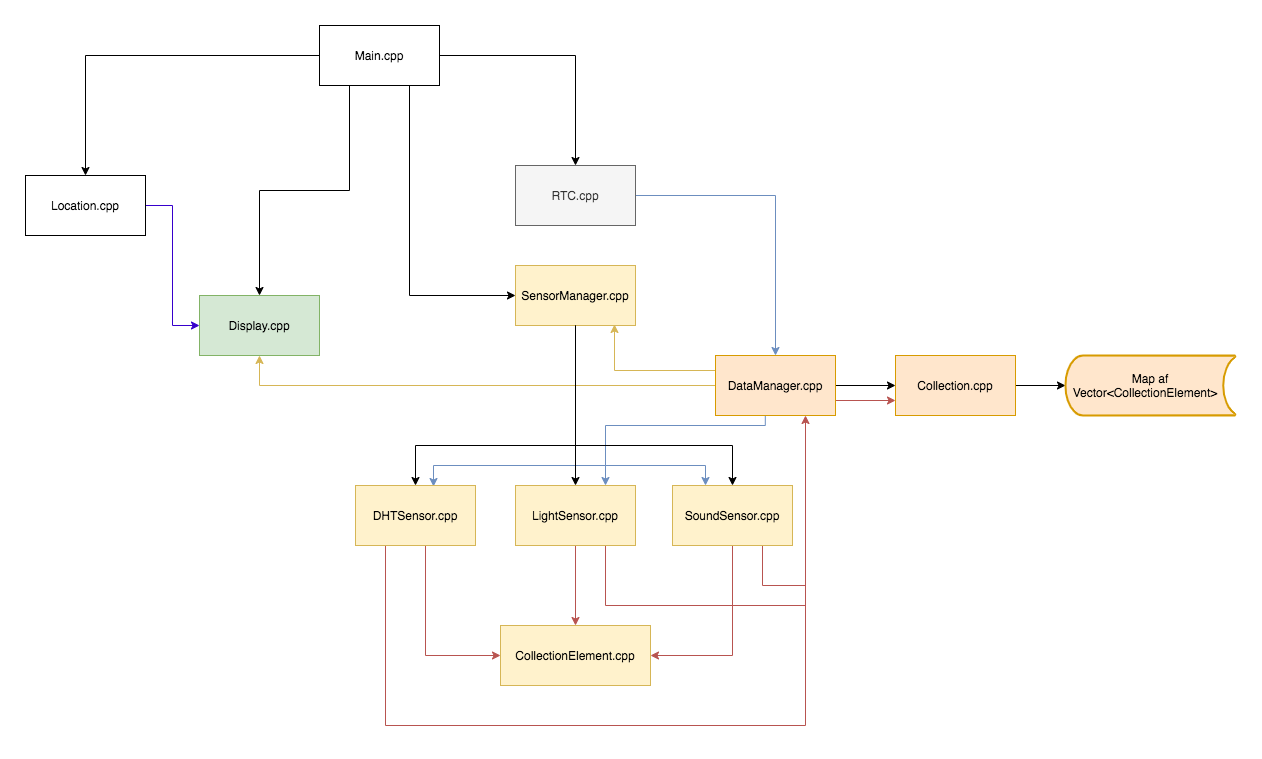
Earlier version of the draw.io export docs/img/class_thread_diagram.png (rasmus0201/ec3-office-monitor). Source tidied: cells renumbered, new cells last; positions are measured from the earlier drawing's top-left corner, leaving out a move shared by most shapes.
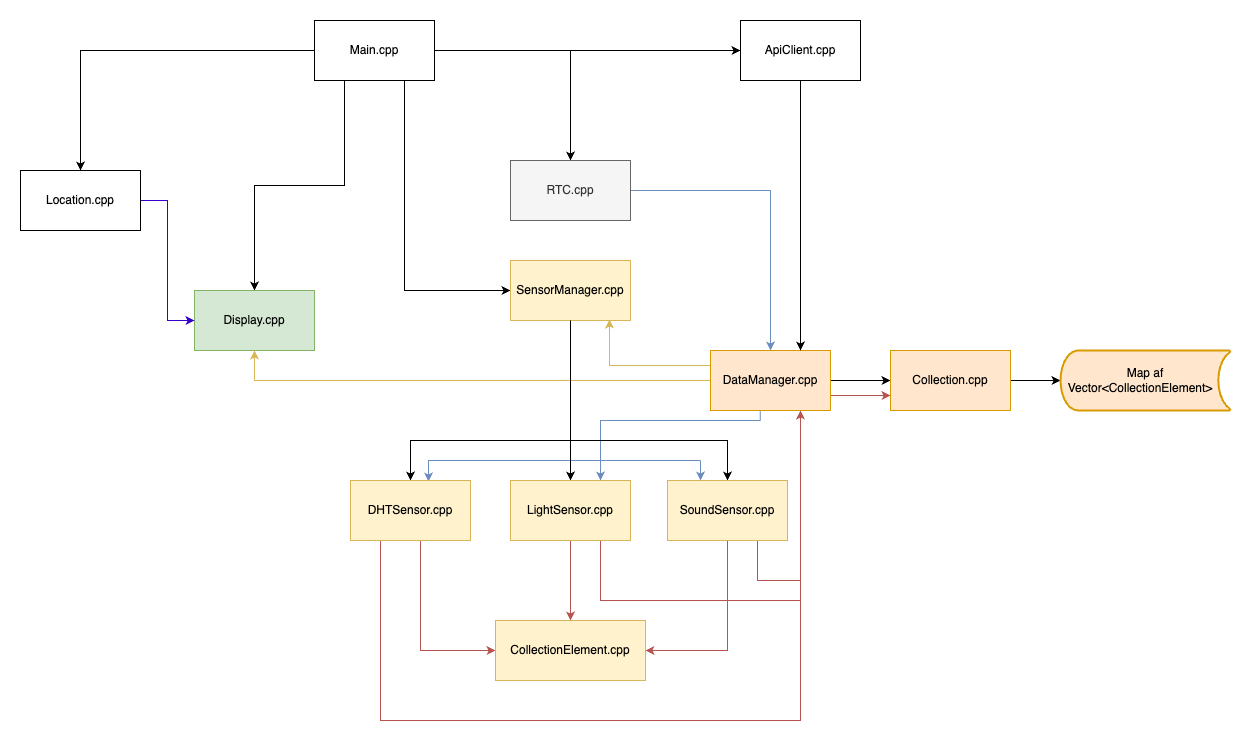
After the commit.

What changed in the source:
```diff
@@ -14,6 +14,9 @@
     <mxCell id="5" style="edgeStyle=orthogonalEdgeStyle;rounded=0;jettySize=auto;html=1;exitX=0;exitY=0.5;exitDx=0;exitDy=0;startArrow=none;startFill=0;endArrow=classic;endFill=1;" parent="1" edge="1" source="6" target="9">
       <mxGeometry relative="1" as="geometry" />
     </mxCell>
+    <mxCell id="38" style="edgeStyle=orthogonalEdgeStyle;rounded=0;jettySize=auto;html=1;entryX=0;entryY=0.5;entryDx=0;entryDy=0;" parent="1" edge="1" source="6" target="40">
+      <mxGeometry relative="1" as="geometry" />
+    </mxCell>
     <mxCell id="6" value="Main.cpp" style="rounded=0;whiteSpace=wrap;html=1;" parent="1" vertex="1">
       <mxGeometry x="294" width="120" height="60" as="geometry" />
     </mxCell>
@@ -168,5 +171,11 @@
     <mxCell id="37" value="&lt;span&gt;Map af Vector&amp;lt;CollectionElement&amp;gt;&amp;nbsp; &amp;nbsp;&lt;/span&gt;" style="strokeWidth=2;html=1;shape=mxgraph.flowchart.stored_data;whiteSpace=wrap;fillColor=#ffe6cc;strokeColor=#d79b00;" parent="1" vertex="1">
       <mxGeometry x="1040" y="330" width="170" height="60" as="geometry" />
     </mxCell>
+    <mxCell id="39" style="edgeStyle=orthogonalEdgeStyle;rounded=0;jettySize=auto;html=1;entryX=0.75;entryY=0;entryDx=0;entryDy=0;" parent="1" edge="1" source="40" target="17">
+      <mxGeometry relative="1" as="geometry" />
+    </mxCell>
+    <mxCell id="40" value="ApiClient.cpp" style="rounded=0;whiteSpace=wrap;html=1;" parent="1" vertex="1">
+      <mxGeometry x="720" width="120" height="60" as="geometry" />
+    </mxCell>
   </root>
 </mxGraphModel>
```
